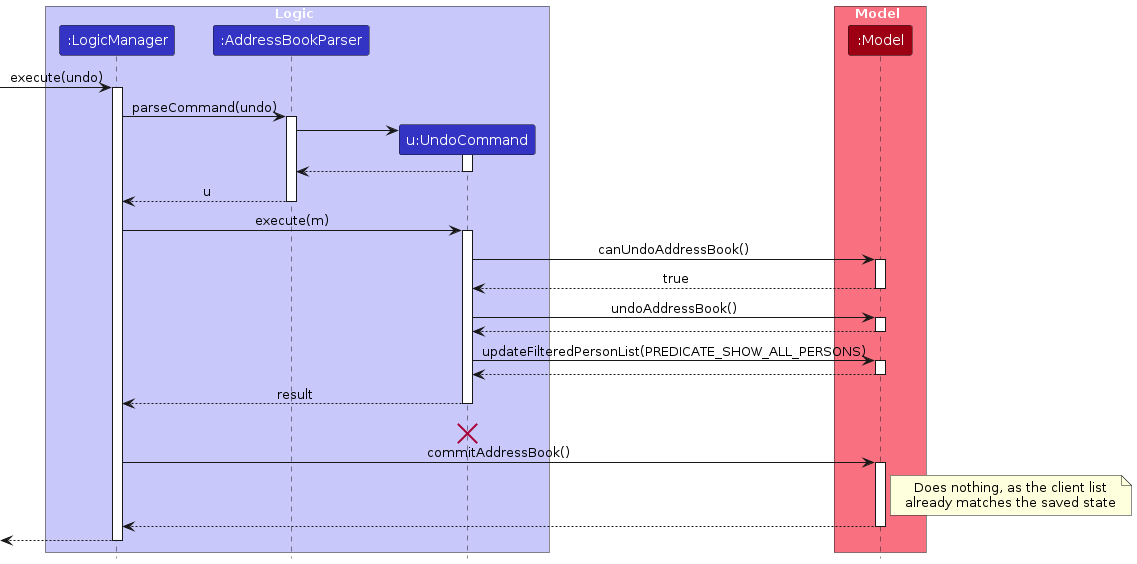
This is diagrams/UndoSequenceDiagram-Logic.png from AY2627S1-CS2103T-T08-4/tp, a PlantUML export, as it was before one commit. Its source is kept beside it as diagrams/UndoSequenceDiagram-Logic.puml. Source of this version:
```plantuml
@startuml
!include style.puml
skinparam ArrowFontStyle plain

box Logic LOGIC_COLOR_T1
participant ":LogicManager" as LogicManager LOGIC_COLOR
participant ":AddressBookParser" as AddressBookParser LOGIC_COLOR
participant "u:UndoCommand" as UndoCommand LOGIC_COLOR
end box

box Model MODEL_COLOR_T1
participant ":Model" as Model MODEL_COLOR
end box
[-> LogicManager : execute(undo)
activate LogicManager

LogicManager -> AddressBookParser : parseCommand(undo)
activate AddressBookParser

create UndoCommand
AddressBookParser -> UndoCommand
activate UndoCommand

UndoCommand --> AddressBookParser
deactivate UndoCommand

AddressBookParser --> LogicManager : u
deactivate AddressBookParser

LogicManager -> UndoCommand : execute(m)
activate UndoCommand

UndoCommand -> Model : canUndoAddressBook()
activate Model

Model --> UndoCommand : true
deactivate Model

UndoCommand -> Model : undoAddressBook()
activate Model

Model --> UndoCommand
deactivate Model

UndoCommand -> Model : updateFilteredPersonList(PREDICATE_SHOW_ALL_PERSONS)
activate Model

Model --> UndoCommand
deactivate Model

UndoCommand --> LogicManager : result
deactivate UndoCommand
UndoCommand -[hidden]-> LogicManager : result
destroy UndoCommand

LogicManager -> Model : commitAddressBook()
activate Model

note right of Model : Does nothing, as the client list\nalready matches the saved state

Model --> LogicManager
deactivate Model

[<--LogicManager
deactivate LogicManager
@enduml
```
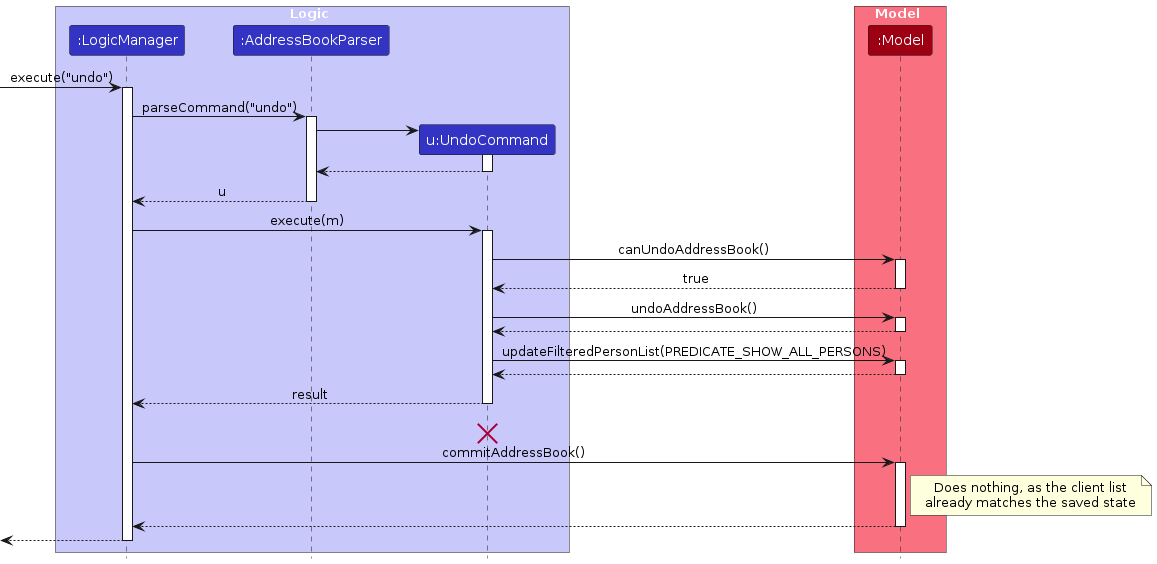
After the commit.

Change to the diagram source:
```diff
@@ -11,10 +11,10 @@
 box Model MODEL_COLOR_T1
 participant ":Model" as Model MODEL_COLOR
 end box
-[-> LogicManager : execute(undo)
+[-> LogicManager : execute("undo")
 activate LogicManager
 
-LogicManager -> AddressBookParser : parseCommand(undo)
+LogicManager -> AddressBookParser : parseCommand("undo")
 activate AddressBookParser
 
 create UndoCommand
```
